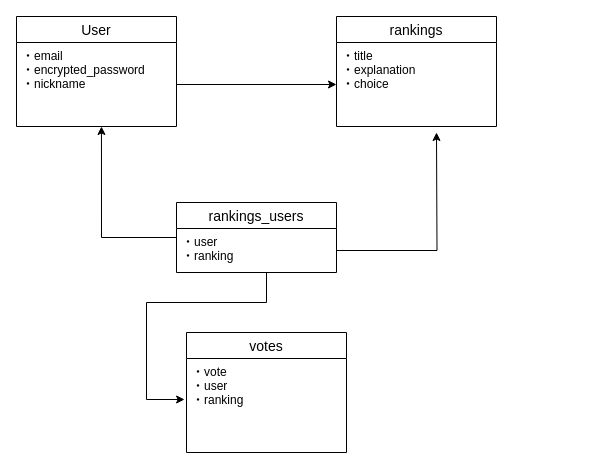
The draw.io diagram app_rank.dio in yuta0822/app_rank, before the edit. Source tidied: cells renumbered, new cells numbered last; positions are measured from the earlier drawing's top-left corner, leaving out a move shared by most shapes. Both pictures are drawn from the tidied source at 100%, with x=0, y=0 at pixel (16, 16).
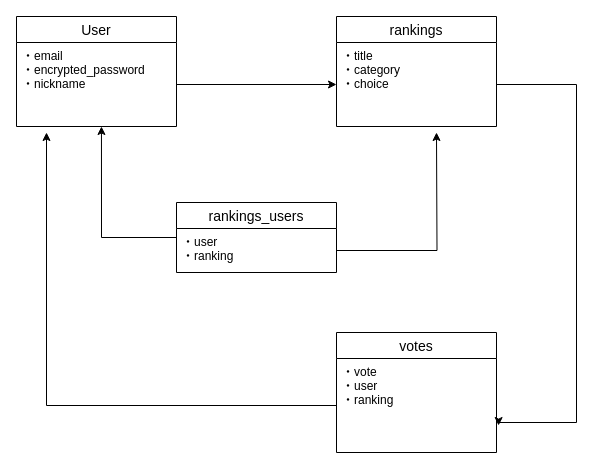
Above is the later version.

The change refers to these unchanged cells:
```xml
<mxCell id="3" value="・vote&#10;・user&#10;・ranking&#10;" style="text;strokeColor=none;fillColor=none;spacingLeft=4;spacingRight=4;overflow=hidden;points=[[0,0.5],[1,0.5]];portConstraint=eastwest;fontSize=12;" parent="2" vertex="1">
  <mxGeometry y="26" width="160" height="94" as="geometry" />
</mxCell>
<mxCell id="8" value="・user&#10;・ranking&#10;" style="text;strokeColor=none;fillColor=none;spacingLeft=4;spacingRight=4;overflow=hidden;points=[[0,0.5],[1,0.5]];portConstraint=eastwest;fontSize=12;" parent="7" vertex="1">
  <mxGeometry y="26" width="160" height="44" as="geometry" />
</mxCell>
<mxCell id="9" value="rankings" style="swimlane;fontStyle=0;horizontal=1;startSize=26;align=center;fontSize=14;" parent="1" vertex="1">
  <mxGeometry x="320" width="160" height="110" as="geometry" />
</mxCell>
```

What changed in the source:
```diff
@@
     <mxCell id="2" value="votes" style="swimlane;fontStyle=0;horizontal=1;startSize=26;align=center;fontSize=14;" parent="1" vertex="1">
-      <mxGeometry x="170" y="316" width="160" height="120" as="geometry" />
+      <mxGeometry x="320" y="316" width="160" height="120" as="geometry" />
     </mxCell>
@@
-    <mxCell id="10" value="・title&#10;・explanation&#10;・choice&#10;&#10;" style="text;strokeColor=none;fillColor=none;spacingLeft=4;spacingRight=4;overflow=hidden;points=[[0,0.5],[1,0.5]];portConstraint=eastwest;fontSize=12;" parent="9" vertex="1">
+    <mxCell id="10" value="・title&#10;・category&#10;・choice&#10;&#10;" style="text;strokeColor=none;fillColor=none;spacingLeft=4;spacingRight=4;overflow=hidden;points=[[0,0.5],[1,0.5]];portConstraint=eastwest;fontSize=12;" parent="9" vertex="1">
       <mxGeometry y="26" width="160" height="84" as="geometry" />
     </mxCell>
@@
-    <mxCell id="13" style="edgeStyle=orthogonalEdgeStyle;rounded=0;jettySize=auto;html=1;entryX=-0.012;entryY=0.436;entryDx=0;entryDy=0;entryPerimeter=0;" parent="1" edge="1" source="8" target="3">
-      <mxGeometry relative="1" as="geometry">
-        <Array as="points">
-          <mxPoint x="250" y="286" />
-          <mxPoint x="130" y="286" />
-          <mxPoint x="130" y="383" />
-        </Array>
-      </mxGeometry>
-    </mxCell>
+    <mxCell id="14" style="edgeStyle=orthogonalEdgeStyle;rounded=0;jettySize=auto;html=1;" parent="1" edge="1" source="3">
+      <mxGeometry relative="1" as="geometry">
+        <mxPoint x="30" y="116" as="targetPoint" />
+        <Array as="points">
+          <mxPoint x="30" y="389" />
+        </Array>
+      </mxGeometry>
+    </mxCell>
+    <mxCell id="15" style="edgeStyle=orthogonalEdgeStyle;rounded=0;jettySize=auto;html=1;entryX=1.013;entryY=0.713;entryDx=0;entryDy=0;entryPerimeter=0;" parent="1" edge="1" source="10" target="3">
+      <mxGeometry relative="1" as="geometry">
+        <Array as="points">
+          <mxPoint x="560" y="68" />
+          <mxPoint x="560" y="406" />
+          <mxPoint x="482" y="406" />
+        </Array>
+      </mxGeometry>
+    </mxCell>
```
